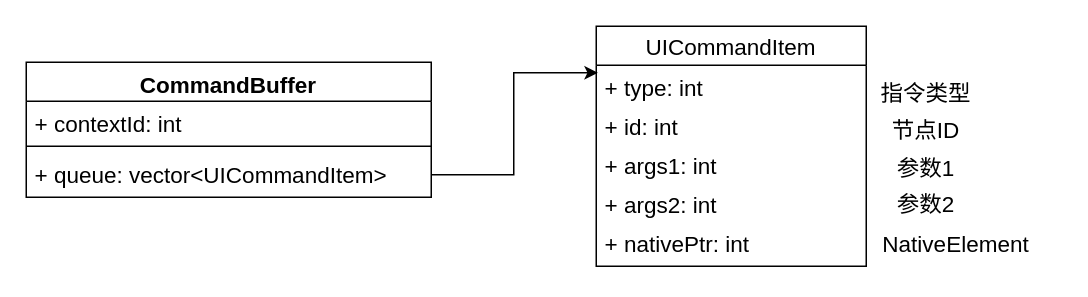
The draw.io diagram Untitled Diagram.drawio in battleAgain/android_anndblur, before the edit. Source tidied: cells renumbered, new cells numbered last; positions are measured from the earlier drawing's top-left corner, leaving out a move shared by most shapes. Both pictures are drawn from the tidied source at 150%, with x=0, y=0 at pixel (26, 26).
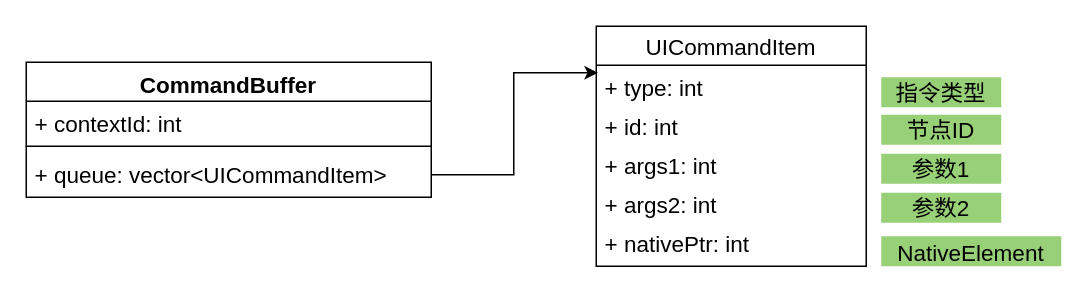
After the change.

Change to the diagram source:
```diff
@@
 <mxGraphModel>
   <root>
     <mxCell id="0" />
     <mxCell id="1" parent="0" />
     <mxCell id="2" value="CommandBuffer" style="swimlane;fontStyle=1;align=center;verticalAlign=top;horizontal=1;startSize=26;fontSize=15;" parent="1" vertex="1">
       <mxGeometry y="24" width="270" height="90" as="geometry" />
     </mxCell>
     <mxCell id="3" value="+ contextId: int" style="text;strokeColor=none;fillColor=none;align=left;verticalAlign=top;spacingLeft=4;spacingRight=4;overflow=hidden;fontSize=15;" parent="2" vertex="1">
       <mxGeometry y="26" width="270" height="26" as="geometry" />
     </mxCell>
     <mxCell id="4" style="line;strokeWidth=1;fillColor=none;align=left;verticalAlign=middle;spacingTop=-1;spacingLeft=3;spacingRight=3;labelPosition=right;fontSize=15;" parent="2" vertex="1">
       <mxGeometry y="52" width="270" height="8" as="geometry" />
     </mxCell>
     <mxCell id="5" value="+ queue: vector&lt;UICommandItem&gt;" style="text;strokeColor=none;fillColor=none;align=left;verticalAlign=top;spacingLeft=4;spacingRight=4;overflow=hidden;points=[[0,0.5],[1,0.5]];portConstraint=eastwest;fontSize=15;" parent="2" vertex="1">
       <mxGeometry y="60" width="270" height="30" as="geometry" />
     </mxCell>
     <mxCell id="6" value="UICommandItem" style="swimlane;fontStyle=0;horizontal=1;startSize=26;fillColor=none;fontSize=15;" parent="1" vertex="1">
       <mxGeometry x="380" width="180" height="160" as="geometry" />
     </mxCell>
     <mxCell id="7" value="+ type: int" style="text;strokeColor=none;fillColor=none;align=left;verticalAlign=top;spacingLeft=4;spacingRight=4;overflow=hidden;points=[[0,0.5],[1,0.5]];portConstraint=eastwest;fontSize=15;" parent="6" vertex="1">
       <mxGeometry y="26" width="180" height="26" as="geometry" />
     </mxCell>
     <mxCell id="8" value="+ id: int" style="text;strokeColor=none;fillColor=none;align=left;verticalAlign=top;spacingLeft=4;spacingRight=4;overflow=hidden;fontSize=15;" parent="6" vertex="1">
       <mxGeometry y="52" width="180" height="26" as="geometry" />
     </mxCell>
     <mxCell id="9" value="+ args1: int" style="text;strokeColor=none;fillColor=none;align=left;verticalAlign=top;spacingLeft=4;spacingRight=4;overflow=hidden;fontSize=15;" parent="6" vertex="1">
       <mxGeometry y="78" width="180" height="26" as="geometry" />
     </mxCell>
     <mxCell id="10" value="+ args2: int" style="text;strokeColor=none;fillColor=none;align=left;verticalAlign=top;spacingLeft=4;spacingRight=4;overflow=hidden;fontSize=15;" parent="6" vertex="1">
       <mxGeometry y="104" width="180" height="26" as="geometry" />
     </mxCell>
     <mxCell id="11" value="+ nativePtr: int" style="text;strokeColor=none;fillColor=none;align=left;verticalAlign=top;spacingLeft=4;spacingRight=4;overflow=hidden;fontSize=15;" parent="6" vertex="1">
       <mxGeometry y="130" width="180" height="30" as="geometry" />
     </mxCell>
     <mxCell id="12" style="edgeStyle=orthogonalEdgeStyle;rounded=0;jettySize=auto;html=1;entryX=0.006;entryY=0.192;entryDx=0;entryDy=0;entryPerimeter=0;fontSize=15;" parent="1" edge="1" source="5" target="7">
       <mxGeometry relative="1" as="geometry" />
     </mxCell>
-    <mxCell id="13" value="指令类型" style="text;html=1;strokeColor=none;fillColor=none;align=center;verticalAlign=middle;whiteSpace=wrap;rounded=0;fontSize=15;" parent="1" vertex="1">
-      <mxGeometry x="560" y="34" width="80" height="20" as="geometry" />
+    <mxCell id="13" value="指令类型" style="text;html=1;strokeColor=none;align=center;verticalAlign=middle;whiteSpace=wrap;rounded=0;fontSize=15;fillColor=#97D077;" parent="1" vertex="1">
+      <mxGeometry x="570" y="34" width="80" height="20" as="geometry" />
     </mxCell>
-    <mxCell id="14" value="节点ID" style="text;html=1;strokeColor=none;fillColor=none;align=center;verticalAlign=middle;whiteSpace=wrap;rounded=0;fontSize=15;" parent="1" vertex="1">
-      <mxGeometry x="560" y="59" width="80" height="20" as="geometry" />
+    <mxCell id="14" value="节点ID" style="text;html=1;strokeColor=none;align=center;verticalAlign=middle;whiteSpace=wrap;rounded=0;fontSize=15;fillColor=#97D077;" parent="1" vertex="1">
+      <mxGeometry x="570" y="59" width="80" height="20" as="geometry" />
     </mxCell>
-    <mxCell id="15" value="参数1" style="text;html=1;strokeColor=none;fillColor=none;align=center;verticalAlign=middle;whiteSpace=wrap;rounded=0;fontSize=15;spacingBottom=-10;" parent="1" vertex="1">
-      <mxGeometry x="560" y="79" width="80" height="20" as="geometry" />
+    <mxCell id="15" value="参数1" style="text;html=1;strokeColor=none;align=center;verticalAlign=middle;whiteSpace=wrap;rounded=0;fontSize=15;spacingBottom=0;fillColor=#97D077;" parent="1" vertex="1">
+      <mxGeometry x="570" y="85" width="80" height="20" as="geometry" />
     </mxCell>
-    <mxCell id="16" value="参数2" style="text;html=1;strokeColor=none;fillColor=none;align=center;verticalAlign=middle;whiteSpace=wrap;rounded=0;fontSize=15;spacingBottom=-18;" parent="1" vertex="1">
-      <mxGeometry x="560" y="99" width="80" height="20" as="geometry" />
+    <mxCell id="16" value="参数2" style="text;html=1;strokeColor=none;align=center;verticalAlign=middle;whiteSpace=wrap;rounded=0;fontSize=15;spacingBottom=0;fillColor=#97D077;" parent="1" vertex="1">
+      <mxGeometry x="570" y="111" width="80" height="20" as="geometry" />
     </mxCell>
-    <mxCell id="17" value="NativeElement" style="text;html=1;strokeColor=none;fillColor=none;align=center;verticalAlign=middle;whiteSpace=wrap;rounded=0;fontSize=15;spacingBottom=-2;" parent="1" vertex="1">
-      <mxGeometry x="580" y="134" width="80" height="20" as="geometry" />
+    <mxCell id="17" value="NativeElement" style="text;html=1;strokeColor=none;align=center;verticalAlign=middle;whiteSpace=wrap;rounded=0;fontSize=15;spacingBottom=-2;fillColor=#97D077;" parent="1" vertex="1">
+      <mxGeometry x="570" y="140" width="120" height="20" as="geometry" />
     </mxCell>
   </root>
 </mxGraphModel>
```
